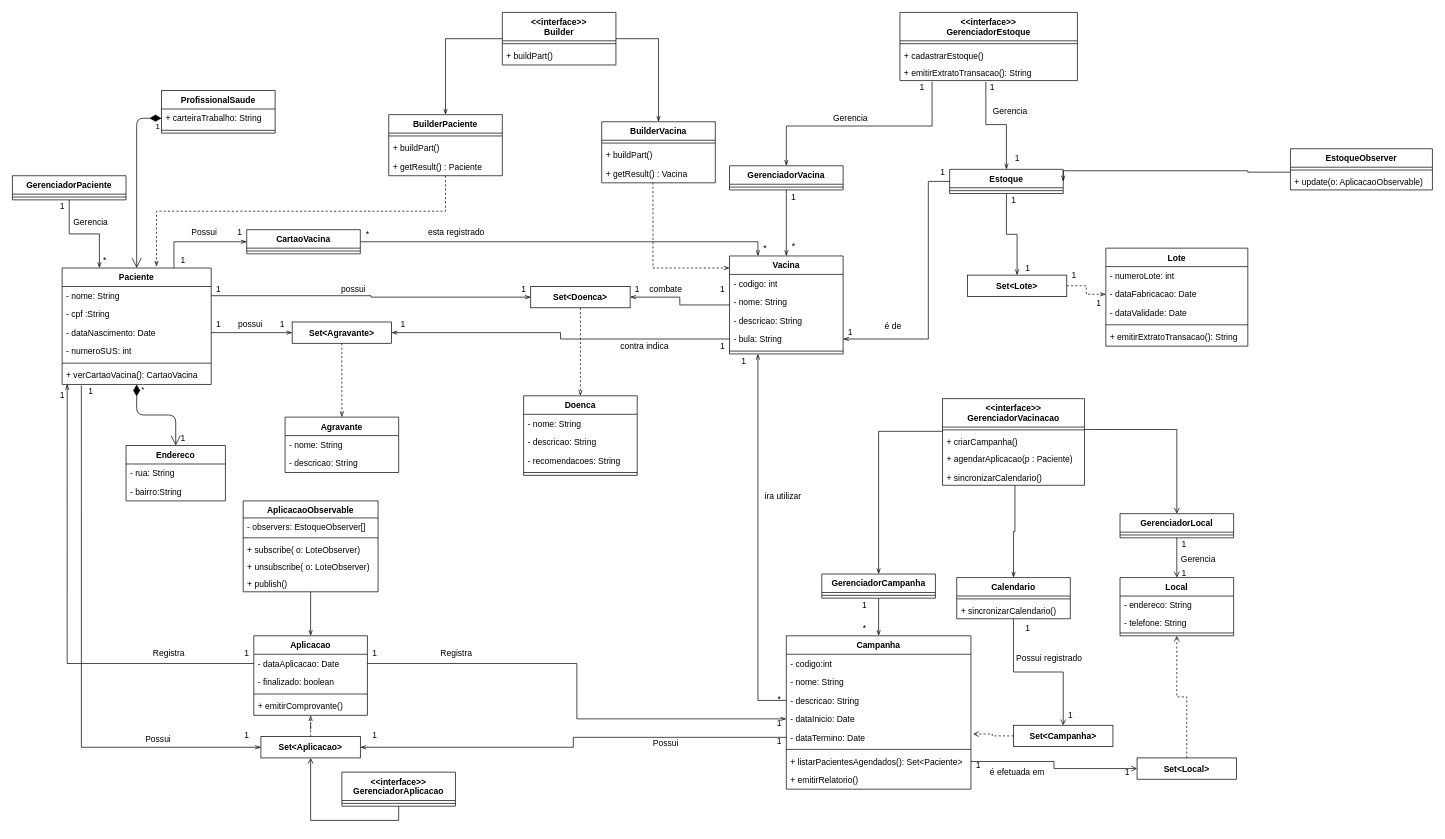
This is doc/classesdeprojeto.drawio from Numb4r/DiviVac, a draw.io file, before an edit. Source tidied: cells renumbered, new cells numbered last; positions are measured from the earlier drawing's top-left corner, leaving out a move shared by most shapes. Both pictures are drawn from the tidied source at 71%, with x=0, y=0 at pixel (12, 12).
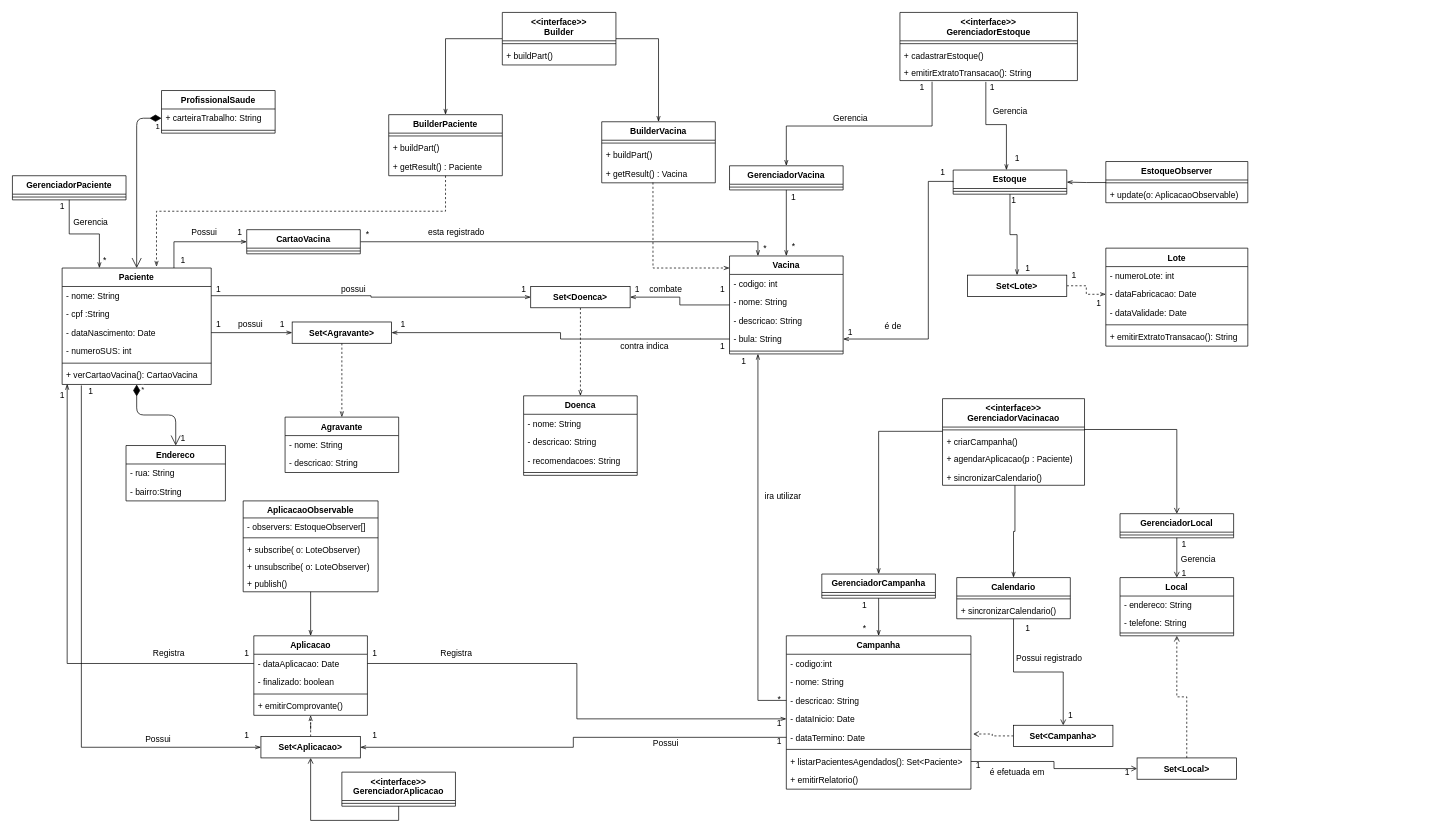
Above is the later version.

Commit message (it also covers changes not shown here):
ajustado layout dcdp

The change refers to these unchanged cells:
```xml
<mxCell id="159" style="line;strokeWidth=1;fillColor=none;align=left;verticalAlign=middle;spacingTop=-1;spacingLeft=3;spacingRight=3;labelPosition=right;points=[];portConstraint=eastwest;" parent="158" vertex="1">
  <mxGeometry y="26" width="200" height="8" as="geometry" />
</mxCell>
<mxCell id="160" value="+ update(o: AplicacaoObservable)" style="text;strokeColor=none;fillColor=none;align=left;verticalAlign=top;spacingLeft=4;spacingRight=4;overflow=hidden;points=[[0,0.5],[1,0.5]];portConstraint=eastwest;" parent="158" vertex="1">
  <mxGeometry y="34" width="200" height="24" as="geometry" />
</mxCell>
```

Diff of the diagram source:
```diff
@@
     <mxCell id="62" value="Estoque" style="swimlane;fontStyle=1;align=center;verticalAlign=top;horizontal=1;startSize=26;" parent="1" vertex="1">
-      <mxGeometry x="1320" y="221" width="160" height="34" as="geometry" />
+      <mxGeometry x="1325" y="222" width="160" height="34" as="geometry" />
     </mxCell>
@@
-    <mxCell id="157" style="edgeStyle=orthogonalEdgeStyle;rounded=0;jettySize=auto;html=1;endArrow=openThin;endFill=0;entryX=1;entryY=0.5;entryDx=0;entryDy=0;exitX=-0.002;exitY=-0.042;exitDx=0;exitDy=0;exitPerimeter=0;" parent="1" edge="1" source="160" target="62">
-      <mxGeometry relative="1" as="geometry">
-        <Array as="points">
-          <mxPoint x="1740" y="225" />
-          <mxPoint x="1740" y="223" />
-        </Array>
-      </mxGeometry>
+    <mxCell id="157" style="rounded=0;jettySize=auto;html=1;endArrow=openThin;endFill=0;exitX=0.001;exitY=0.45;exitDx=0;exitDy=0;exitPerimeter=0;edgeStyle=orthogonalEdgeStyle;entryX=1;entryY=0.5;entryDx=0;entryDy=0;" parent="1" edge="1" source="159" target="62">
+      <mxGeometry relative="1" as="geometry" />
     </mxCell>
     <mxCell id="158" value="EstoqueObserver" style="swimlane;fontStyle=1;align=center;verticalAlign=top;horizontal=1;startSize=26;" parent="1" vertex="1">
-      <mxGeometry x="1800" y="192" width="200" height="58" as="geometry" />
+      <mxGeometry x="1540" y="210" width="200" height="58" as="geometry" />
     </mxCell>
```
